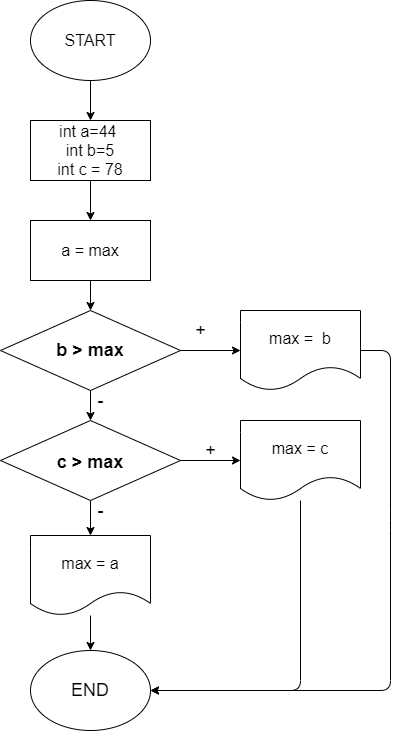
This is HW002/hw002.drawio.png from MironovDenis/Homeworks_C, a draw.io export, as it was before one commit. Source tidied: cells renumbered, new cells last; positions are measured from the earlier drawing's top-left corner, leaving out a move shared by most shapes.
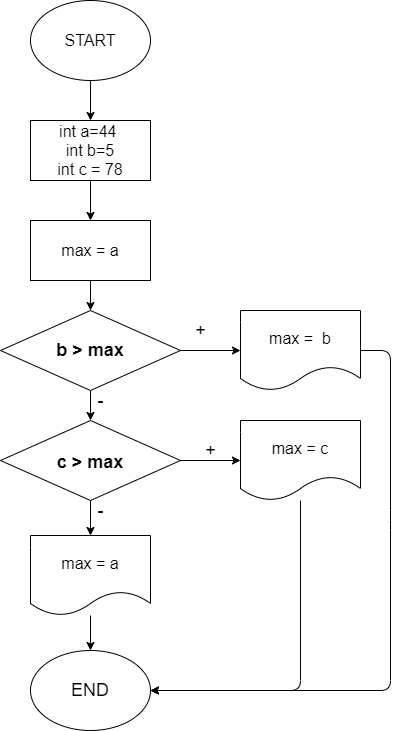
After the commit.

Change to the diagram source:
```diff
@@ -42,7 +42,7 @@
     <mxCell id="12" style="edgeStyle=none;html=1;" parent="1" edge="1" source="13" target="8">
       <mxGeometry relative="1" as="geometry" />
     </mxCell>
-    <mxCell id="13" value="&lt;font size=&quot;3&quot;&gt;a = max&lt;br&gt;&lt;/font&gt;" style="whiteSpace=wrap;html=1;" parent="1" vertex="1">
+    <mxCell id="13" value="&lt;font size=&quot;3&quot;&gt;max = a&lt;br&gt;&lt;/font&gt;" style="whiteSpace=wrap;html=1;" parent="1" vertex="1">
       <mxGeometry x="30" y="220" width="120" height="60" as="geometry" />
     </mxCell>
     <mxCell id="14" style="edgeStyle=none;html=1;" parent="1" edge="1" source="16" target="18">
```
